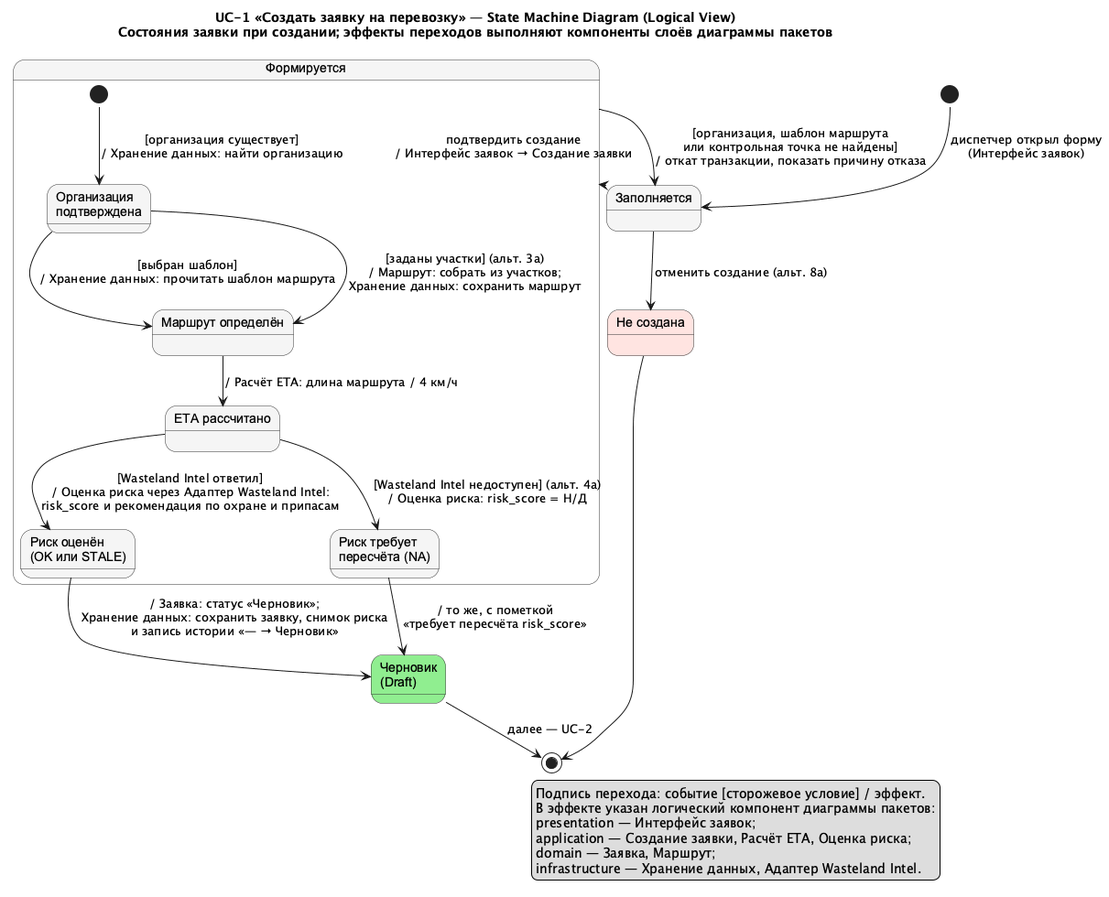
Earlier version of the PlantUML export docs/diagrams/out/SM_UC1_LogicalView.png (granikartem/MPI). The source it was exported from:
```plantuml
@startuml SM_UC1_LogicalView
!pragma layout smetana
skinparam shadowing false
skinparam state {
  BackgroundColor #F5F5F5
  BorderColor #333333
  FontName Arial
}

title UC-1 «Создать заявку на перевозку» — State Machine Diagram (Logical View)\nСостояния заявки при создании; эффекты переходов выполняют компоненты слоёв диаграммы пакетов

state "Заполняется" as Filling

state "Формируется" as Forming {
  state "Организация\nподтверждена" as OrgOk
  state "Маршрут определён" as Routed
  state "ETA рассчитано" as Eta
  state "Риск оценён\n(OK или STALE)" as Assessed
  state "Риск требует\nпересчёта (NA)" as NeedsRecalc

  [*] --> OrgOk : [организация существует]\n/ Хранение данных: найти организацию
  OrgOk --> Routed : [выбран шаблон]\n/ Хранение данных: прочитать шаблон маршрута
  OrgOk --> Routed : [заданы участки] (альт. 3а)\n/ Маршрут: собрать из участков;\nХранение данных: сохранить маршрут
  Routed --> Eta : / Расчёт ETA: длина маршрута / 4 км/ч
  Eta --> Assessed : [Wasteland Intel ответил]\n/ Оценка риска через Адаптер Wasteland Intel:\nrisk_score и рекомендация по охране и припасам
  Eta --> NeedsRecalc : [Wasteland Intel недоступен] (альт. 4а)\n/ Оценка риска: risk_score = Н/Д
}

state "Черновик\n(Draft)" as Draft #LightGreen
state "Не создана" as NotCreated #MistyRose

[*] --> Filling : диспетчер открыл форму\n(Интерфейс заявок)
Filling --> Forming : подтвердить создание\n/ Интерфейс заявок → Создание заявки
Filling --> NotCreated : отменить создание (альт. 8а)
Forming --> Filling : [организация, шаблон маршрута\nили контрольная точка не найдены]\n/ откат транзакции, показать причину отказа
Assessed --> Draft : / Заявка: статус «Черновик»;\nХранение данных: сохранить заявку, снимок риска\nи запись истории «— → Черновик»
NeedsRecalc --> Draft : / то же, с пометкой\n«требует пересчёта risk_score»
Draft --> [*] : далее — UC-2
NotCreated --> [*]

legend right
  Подпись перехода: событие [сторожевое условие] / эффект.
  В эффекте указан логический компонент диаграммы пакетов:
  presentation — Интерфейс заявок;
  application — Создание заявки, Расчёт ETA, Оценка риска;
  domain — Заявка, Маршрут;
  infrastructure — Хранение данных, Адаптер Wasteland Intel.
endlegend
@enduml
```
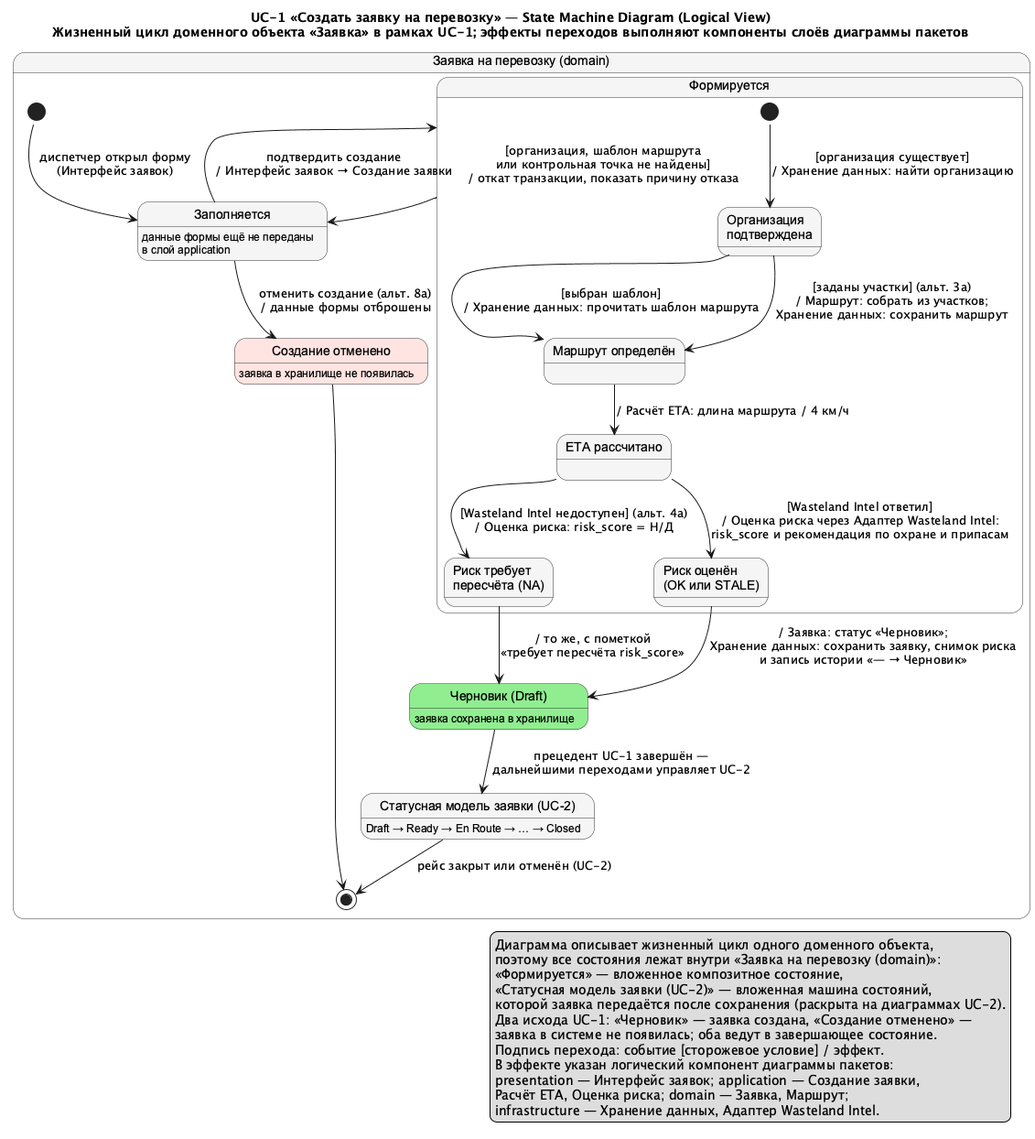
The same file after the commit.

Change to the diagram source:
```diff
@@ -7,43 +7,60 @@
   FontName Arial
 }
 
-title UC-1 «Создать заявку на перевозку» — State Machine Diagram (Logical View)\nСостояния заявки при создании; эффекты переходов выполняют компоненты слоёв диаграммы пакетов
+title UC-1 «Создать заявку на перевозку» — State Machine Diagram (Logical View)\nЖизненный цикл доменного объекта «Заявка» в рамках UC-1; эффекты переходов выполняют компоненты слоёв диаграммы пакетов
 
-state "Заполняется" as Filling
+state "Заявка на перевозку (domain)" as Request {
 
-state "Формируется" as Forming {
-  state "Организация\nподтверждена" as OrgOk
-  state "Маршрут определён" as Routed
-  state "ETA рассчитано" as Eta
-  state "Риск оценён\n(OK или STALE)" as Assessed
-  state "Риск требует\nпересчёта (NA)" as NeedsRecalc
+  state "Заполняется" as Filling
+  Filling : данные формы ещё не переданы\nв слой application
 
-  [*] --> OrgOk : [организация существует]\n/ Хранение данных: найти организацию
-  OrgOk --> Routed : [выбран шаблон]\n/ Хранение данных: прочитать шаблон маршрута
-  OrgOk --> Routed : [заданы участки] (альт. 3а)\n/ Маршрут: собрать из участков;\nХранение данных: сохранить маршрут
-  Routed --> Eta : / Расчёт ETA: длина маршрута / 4 км/ч
-  Eta --> Assessed : [Wasteland Intel ответил]\n/ Оценка риска через Адаптер Wasteland Intel:\nrisk_score и рекомендация по охране и припасам
-  Eta --> NeedsRecalc : [Wasteland Intel недоступен] (альт. 4а)\n/ Оценка риска: risk_score = Н/Д
+  state "Формируется" as Forming {
+    state "Организация\nподтверждена" as OrgOk
+    state "Маршрут определён" as Routed
+    state "ETA рассчитано" as Eta
+    state "Риск оценён\n(OK или STALE)" as Assessed
+    state "Риск требует\nпересчёта (NA)" as NeedsRecalc
+
+    [*] --> OrgOk : [организация существует]\n/ Хранение данных: найти организацию
+    OrgOk --> Routed : [выбран шаблон]\n/ Хранение данных: прочитать шаблон маршрута
+    OrgOk --> Routed : [заданы участки] (альт. 3а)\n/ Маршрут: собрать из участков;\nХранение данных: сохранить маршрут
+    Routed --> Eta : / Расчёт ETA: длина маршрута / 4 км/ч
+    Eta --> Assessed : [Wasteland Intel ответил]\n/ Оценка риска через Адаптер Wasteland Intel:\nrisk_score и рекомендация по охране и припасам
+    Eta --> NeedsRecalc : [Wasteland Intel недоступен] (альт. 4а)\n/ Оценка риска: risk_score = Н/Д
+  }
+
+  state "Черновик (Draft)" as Draft #LightGreen
+  Draft : заявка сохранена в хранилище
+
+  state "Статусная модель заявки (UC-2)" as UC2 <<вложенная машина состояний>>
+  UC2 : Draft → Ready → En Route → … → Closed
+
+  state "Создание отменено" as Cancelled #MistyRose
+  Cancelled : заявка в хранилище не появилась
+
+  [*] --> Filling : диспетчер открыл форму\n(Интерфейс заявок)
+  Filling --> Forming : подтвердить создание\n/ Интерфейс заявок → Создание заявки
+  Filling --> Cancelled : отменить создание (альт. 8а)\n/ данные формы отброшены
+  Forming --> Filling : [организация, шаблон маршрута\nили контрольная точка не найдены]\n/ откат транзакции, показать причину отказа
+  Assessed --> Draft : / Заявка: статус «Черновик»;\nХранение данных: сохранить заявку, снимок риска\nи запись истории «— → Черновик»
+  NeedsRecalc --> Draft : / то же, с пометкой\n«требует пересчёта risk_score»
+  Draft --> UC2 : прецедент UC-1 завершён —\nдальнейшими переходами управляет UC-2
+  UC2 --> [*] : рейс закрыт или отменён (UC-2)
+  Cancelled --> [*]
 }
 
-state "Черновик\n(Draft)" as Draft #LightGreen
-state "Не создана" as NotCreated #MistyRose
-
-[*] --> Filling : диспетчер открыл форму\n(Интерфейс заявок)
-Filling --> Forming : подтвердить создание\n/ Интерфейс заявок → Создание заявки
-Filling --> NotCreated : отменить создание (альт. 8а)
-Forming --> Filling : [организация, шаблон маршрута\nили контрольная точка не найдены]\n/ откат транзакции, показать причину отказа
-Assessed --> Draft : / Заявка: статус «Черновик»;\nХранение данных: сохранить заявку, снимок риска\nи запись истории «— → Черновик»
-NeedsRecalc --> Draft : / то же, с пометкой\n«требует пересчёта risk_score»
-Draft --> [*] : далее — UC-2
-NotCreated --> [*]
-
 legend right
+  Диаграмма описывает жизненный цикл одного доменного объекта,
+  поэтому все состояния лежат внутри «Заявка на перевозку (domain)»:
+  «Формируется» — вложенное композитное состояние,
+  «Статусная модель заявки (UC-2)» — вложенная машина состояний,
+  которой заявка передаётся после сохранения (раскрыта на диаграммах UC-2).
+  Два исхода UC-1: «Черновик» — заявка создана, «Создание отменено» —
+  заявка в системе не появилась; оба ведут в завершающее состояние.
   Подпись перехода: событие [сторожевое условие] / эффект.
   В эффекте указан логический компонент диаграммы пакетов:
-  presentation — Интерфейс заявок;
-  application — Создание заявки, Расчёт ETA, Оценка риска;
-  domain — Заявка, Маршрут;
+  presentation — Интерфейс заявок; application — Создание заявки,
+  Расчёт ETA, Оценка риска; domain — Заявка, Маршрут;
   infrastructure — Хранение данных, Адаптер Wasteland Intel.
 endlegend
 @enduml
```
